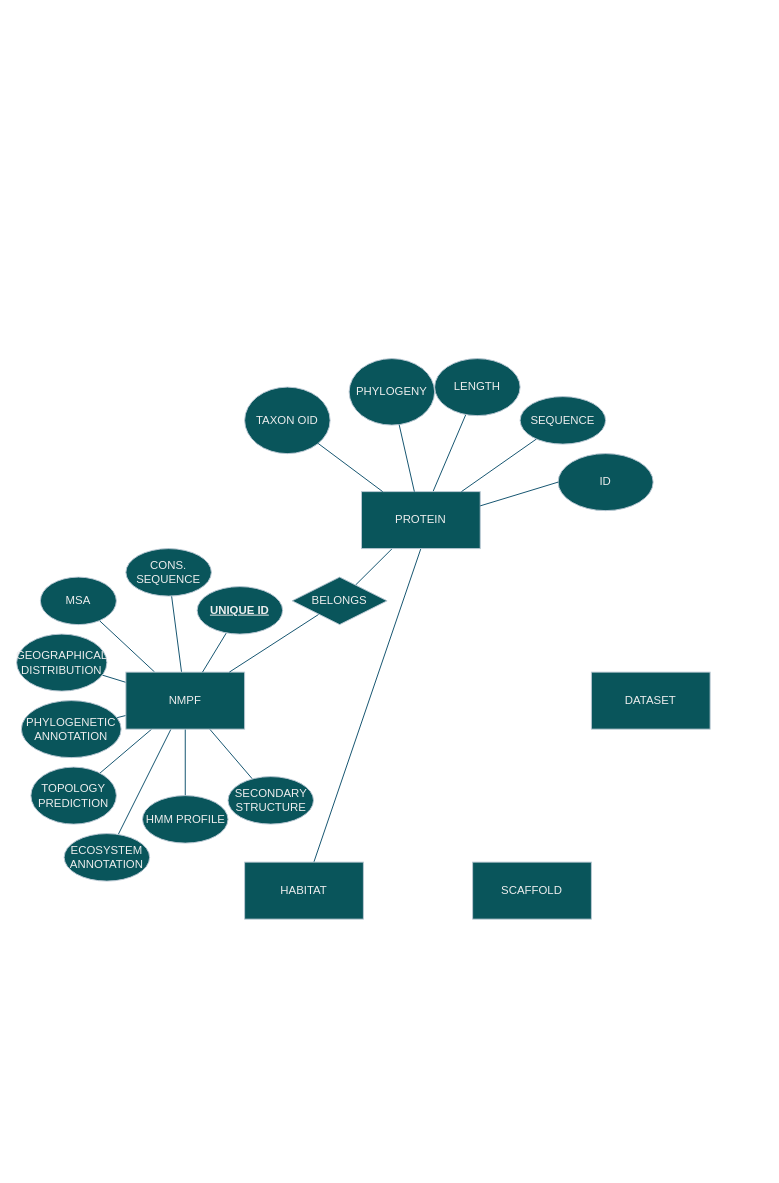
This is Ανώνυμο διάγραμμα.drawio from IceGreb/db_project, a draw.io file, before an edit. Source tidied: cells renumbered, new cells numbered last; positions are measured from the earlier drawing's top-left corner, leaving out a move shared by most shapes. Both pictures are drawn from the tidied source at 95%, with x=0, y=0 at pixel (16, 358).
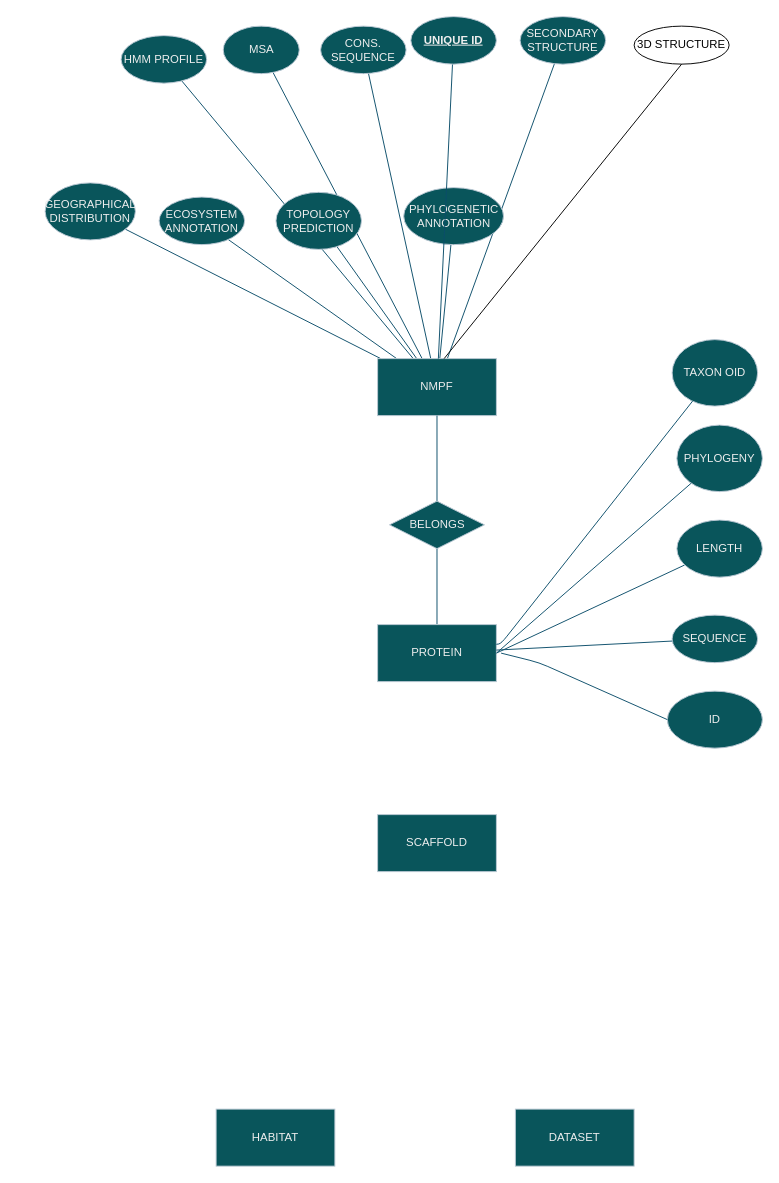
The same diagram, later.

The edit, as a diff of the source:
```diff
@@
     <mxCell id="10" value="NMPF" style="rounded=0;whiteSpace=wrap;html=1;labelBackgroundColor=none;fillColor=#09555B;strokeColor=#BAC8D3;fontColor=#EEEEEE;" parent="1" vertex="1">
-      <mxGeometry x="115" y="330" width="125" height="60" as="geometry" />
+      <mxGeometry x="380" width="125" height="60" as="geometry" />
     </mxCell>
     <mxCell id="11" value="CONS. SEQUENCE" style="ellipse;whiteSpace=wrap;html=1;rounded=0;labelBackgroundColor=none;fillColor=#09555B;strokeColor=#BAC8D3;fontColor=#EEEEEE;" parent="1" vertex="1">
-      <mxGeometry x="115" y="200" width="90" height="50" as="geometry" />
+      <mxGeometry x="320" y="-350" width="90" height="50" as="geometry" />
     </mxCell>
     <mxCell id="12" value="MSA" style="ellipse;whiteSpace=wrap;html=1;rounded=0;labelBackgroundColor=none;fillColor=#09555B;strokeColor=#BAC8D3;fontColor=#EEEEEE;" parent="1" vertex="1">
-      <mxGeometry x="25" y="230" width="80" height="50" as="geometry" />
+      <mxGeometry x="217.5" y="-350" width="80" height="50" as="geometry" />
     </mxCell>
     <mxCell id="13" value="HMM PROFILE" style="ellipse;whiteSpace=wrap;html=1;rounded=0;labelBackgroundColor=none;fillColor=#09555B;strokeColor=#BAC8D3;fontColor=#EEEEEE;" parent="1" vertex="1">
-      <mxGeometry x="132.5" y="460" width="90" height="50" as="geometry" />
+      <mxGeometry x="110" y="-340" width="90" height="50" as="geometry" />
     </mxCell>
     <mxCell id="14" value="SECONDARY STRUCTURE" style="ellipse;whiteSpace=wrap;html=1;rounded=0;labelBackgroundColor=none;fillColor=#09555B;strokeColor=#BAC8D3;fontColor=#EEEEEE;" parent="1" vertex="1">
-      <mxGeometry x="222.5" y="440" width="90" height="50" as="geometry" />
+      <mxGeometry x="530" y="-360" width="90" height="50" as="geometry" />
     </mxCell>
     <mxCell id="15" value="TOPOLOGY PREDICTION" style="ellipse;whiteSpace=wrap;html=1;rounded=0;labelBackgroundColor=none;fillColor=#09555B;strokeColor=#BAC8D3;fontColor=#EEEEEE;direction=west;" parent="1" vertex="1">
-      <mxGeometry x="15" y="430" width="90" height="60" as="geometry" />
+      <mxGeometry x="273" y="-175" width="90" height="60" as="geometry" />
     </mxCell>
     <mxCell id="16" value="&lt;div&gt;PHYLOGENETIC ANNOTATION&lt;/div&gt;" style="ellipse;whiteSpace=wrap;html=1;rounded=0;labelBackgroundColor=none;fillColor=#09555B;strokeColor=#BAC8D3;fontColor=#EEEEEE;" parent="1" vertex="1">
-      <mxGeometry x="5" y="360" width="105" height="60" as="geometry" />
+      <mxGeometry x="407.5" y="-180" width="105" height="60" as="geometry" />
     </mxCell>
     <mxCell id="17" value="&lt;div&gt;ECOSYSTEM ANNOTATION&lt;/div&gt;" style="ellipse;whiteSpace=wrap;html=1;direction=west;rounded=0;labelBackgroundColor=none;fillColor=#09555B;strokeColor=#BAC8D3;fontColor=#EEEEEE;" parent="1" vertex="1">
-      <mxGeometry x="50" y="500" width="90" height="50" as="geometry" />
+      <mxGeometry x="150" y="-170" width="90" height="50" as="geometry" />
     </mxCell>
     <mxCell id="18" value="GEOGRAPHICAL DISTRIBUTION" style="ellipse;whiteSpace=wrap;html=1;rounded=0;labelBackgroundColor=none;fillColor=#09555B;strokeColor=#BAC8D3;fontColor=#EEEEEE;" parent="1" vertex="1">
-      <mxGeometry y="290" width="95" height="60" as="geometry" />
+      <mxGeometry x="30" y="-185" width="95" height="60" as="geometry" />
     </mxCell>
@@
     <mxCell id="20" value="&lt;u&gt;&lt;b&gt;UNIQUE ID&lt;/b&gt;&lt;/u&gt;" style="ellipse;whiteSpace=wrap;html=1;rounded=0;labelBackgroundColor=none;fillColor=#09555B;strokeColor=#BAC8D3;fontColor=#EEEEEE;" parent="1" vertex="1">
-      <mxGeometry x="190" y="240" width="90" height="50" as="geometry" />
+      <mxGeometry x="415" y="-360" width="90" height="50" as="geometry" />
     </mxCell>
@@
-    <mxCell id="22" style="rounded=0;jettySize=auto;html=1;strokeColor=#0B4D6A;endArrow=none;endFill=0;" parent="1" edge="1" source="24" target="33">
+    <mxCell id="22" style="rounded=0;jettySize=auto;html=1;strokeColor=#0B4D6A;endArrow=none;endFill=0;exitX=1;exitY=0.5;exitDx=0;exitDy=0;" parent="1" edge="1" source="24" target="33">
       <mxGeometry relative="1" as="geometry" />
     </mxCell>
-    <mxCell id="23" style="rounded=0;jettySize=auto;html=1;strokeColor=#0B4D6A;exitX=0.5;exitY=1;exitDx=0;exitDy=0;endArrow=none;endFill=0;entryX=0.583;entryY=0;entryDx=0;entryDy=0;entryPerimeter=0;" parent="1" edge="1" source="24" target="36">
-      <mxGeometry relative="1" as="geometry" />
-    </mxCell>
     <mxCell id="24" value="&lt;div&gt;PROTEIN&lt;/div&gt;" style="rounded=0;whiteSpace=wrap;html=1;labelBackgroundColor=none;fillColor=#09555B;strokeColor=#BAC8D3;fontColor=#EEEEEE;" parent="1" vertex="1">
-      <mxGeometry x="363" y="140" width="125" height="60" as="geometry" />
+      <mxGeometry x="380" y="280" width="125" height="60" as="geometry" />
     </mxCell>
@@
     <mxCell id="26" value="BELONGS" style="rhombus;whiteSpace=wrap;html=1;rounded=0;labelBackgroundColor=none;fillColor=#09555B;strokeColor=#BAC8D3;fontColor=#EEEEEE;" parent="1" vertex="1">
-      <mxGeometry x="290" y="230" width="100" height="50" as="geometry" />
+      <mxGeometry x="392.5" y="150" width="100" height="50" as="geometry" />
     </mxCell>
     <mxCell id="27" value="SEQUENCE" style="ellipse;whiteSpace=wrap;html=1;labelBackgroundColor=none;fillColor=#09555B;strokeColor=#BAC8D3;fontColor=#EEEEEE;" parent="1" vertex="1">
-      <mxGeometry x="530" y="40" width="90" height="50" as="geometry" />
+      <mxGeometry x="690" y="270" width="90" height="50" as="geometry" />
     </mxCell>
@@
     <mxCell id="29" value="ID" style="ellipse;whiteSpace=wrap;html=1;labelBackgroundColor=none;fillColor=#09555B;strokeColor=#BAC8D3;fontColor=#EEEEEE;" parent="1" vertex="1">
-      <mxGeometry x="570" y="100" width="100" height="60" as="geometry" />
+      <mxGeometry x="685" y="350" width="100" height="60" as="geometry" />
     </mxCell>
-    <mxCell id="30" style="rounded=1;jettySize=auto;html=1;entryX=0;entryY=0.5;entryDx=0;entryDy=0;endArrow=none;endFill=0;labelBackgroundColor=none;strokeColor=#0B4D6A;fontColor=default;exitX=1;exitY=0.25;exitDx=0;exitDy=0;" parent="1" edge="1" source="24" target="29">
-      <mxGeometry relative="1" as="geometry" />
+    <mxCell id="30" style="rounded=1;jettySize=auto;html=1;entryX=0;entryY=0.5;entryDx=0;entryDy=0;endArrow=none;endFill=0;labelBackgroundColor=none;strokeColor=#0B4D6A;fontColor=default;" parent="1" edge="1" target="29">
+      <mxGeometry relative="1" as="geometry">
+        <mxPoint x="510" y="310" as="sourcePoint" />
+        <Array as="points">
+          <mxPoint x="550" y="320" />
+        </Array>
+      </mxGeometry>
     </mxCell>
     <mxCell id="31" value="TAXON OID" style="ellipse;whiteSpace=wrap;html=1;labelBackgroundColor=none;fillColor=#09555B;strokeColor=#BAC8D3;fontColor=#EEEEEE;" parent="1" vertex="1">
-      <mxGeometry x="240" y="30" width="90" height="70" as="geometry" />
+      <mxGeometry x="690" y="-20" width="90" height="70" as="geometry" />
     </mxCell>
     <mxCell id="32" style="rounded=1;jettySize=auto;html=1;endArrow=none;endFill=0;labelBackgroundColor=none;strokeColor=#0B4D6A;fontColor=default;" parent="1" edge="1" source="24" target="31">
-      <mxGeometry relative="1" as="geometry" />
+      <mxGeometry relative="1" as="geometry">
+        <Array as="points">
+          <mxPoint x="510" y="300" />
+        </Array>
+      </mxGeometry>
     </mxCell>
     <mxCell id="33" value="LENGTH" style="ellipse;whiteSpace=wrap;html=1;fillColor=#09555B;strokeColor=#BAC8D3;fontColor=#EEEEEE;rounded=0;labelBackgroundColor=none;" parent="1" vertex="1">
-      <mxGeometry x="440" width="90" height="60" as="geometry" />
+      <mxGeometry x="695" y="170" width="90" height="60" as="geometry" />
     </mxCell>
     <mxCell id="34" value="PHYLOGENY" style="ellipse;whiteSpace=wrap;html=1;fillColor=#09555B;strokeColor=#BAC8D3;fontColor=#EEEEEE;rounded=0;labelBackgroundColor=none;" parent="1" vertex="1">
-      <mxGeometry x="350" width="90" height="70" as="geometry" />
+      <mxGeometry x="695" y="70" width="90" height="70" as="geometry" />
     </mxCell>
-    <mxCell id="35" style="endArrow=none;html=1;rounded=0;strokeColor=#0B4D6A;" parent="1" edge="1" source="24" target="34">
+    <mxCell id="35" style="endArrow=none;html=1;rounded=0;strokeColor=#0B4D6A;exitX=1;exitY=0.5;exitDx=0;exitDy=0;" parent="1" edge="1" source="24" target="34">
       <mxGeometry relative="1" as="geometry" />
     </mxCell>
     <mxCell id="36" value="HABITAT" style="rounded=0;whiteSpace=wrap;html=1;strokeColor=#BAC8D3;fontColor=#EEEEEE;fillColor=#09555B;" parent="1" vertex="1">
-      <mxGeometry x="240" y="530" width="125" height="60" as="geometry" />
+      <mxGeometry x="210" y="790" width="125" height="60" as="geometry" />
     </mxCell>
     <mxCell id="37" value="SCAFFOLD" style="rounded=0;whiteSpace=wrap;html=1;strokeColor=#BAC8D3;fontColor=#EEEEEE;fillColor=#09555B;" parent="1" vertex="1">
-      <mxGeometry x="480" y="530" width="125" height="60" as="geometry" />
+      <mxGeometry x="380" y="480" width="125" height="60" as="geometry" />
     </mxCell>
     <mxCell id="38" value="DATASET" style="rounded=0;whiteSpace=wrap;html=1;strokeColor=#BAC8D3;fontColor=#EEEEEE;fillColor=#09555B;" parent="1" vertex="1">
-      <mxGeometry x="605" y="330" width="125" height="60" as="geometry" />
+      <mxGeometry x="525" y="790" width="125" height="60" as="geometry" />
     </mxCell>
+    <mxCell id="39" value="3D STRUCTURE" style="ellipse;whiteSpace=wrap;html=1;align=center;" parent="1" vertex="1">
+      <mxGeometry x="650" y="-350" width="100" height="40" as="geometry" />
+    </mxCell>
+    <mxCell id="40" style="endArrow=none;html=1;rounded=0;entryX=0.5;entryY=1;entryDx=0;entryDy=0;" parent="1" edge="1" target="39">
+      <mxGeometry relative="1" as="geometry">
+        <mxPoint x="450" as="sourcePoint" />
+      </mxGeometry>
+    </mxCell>
```
